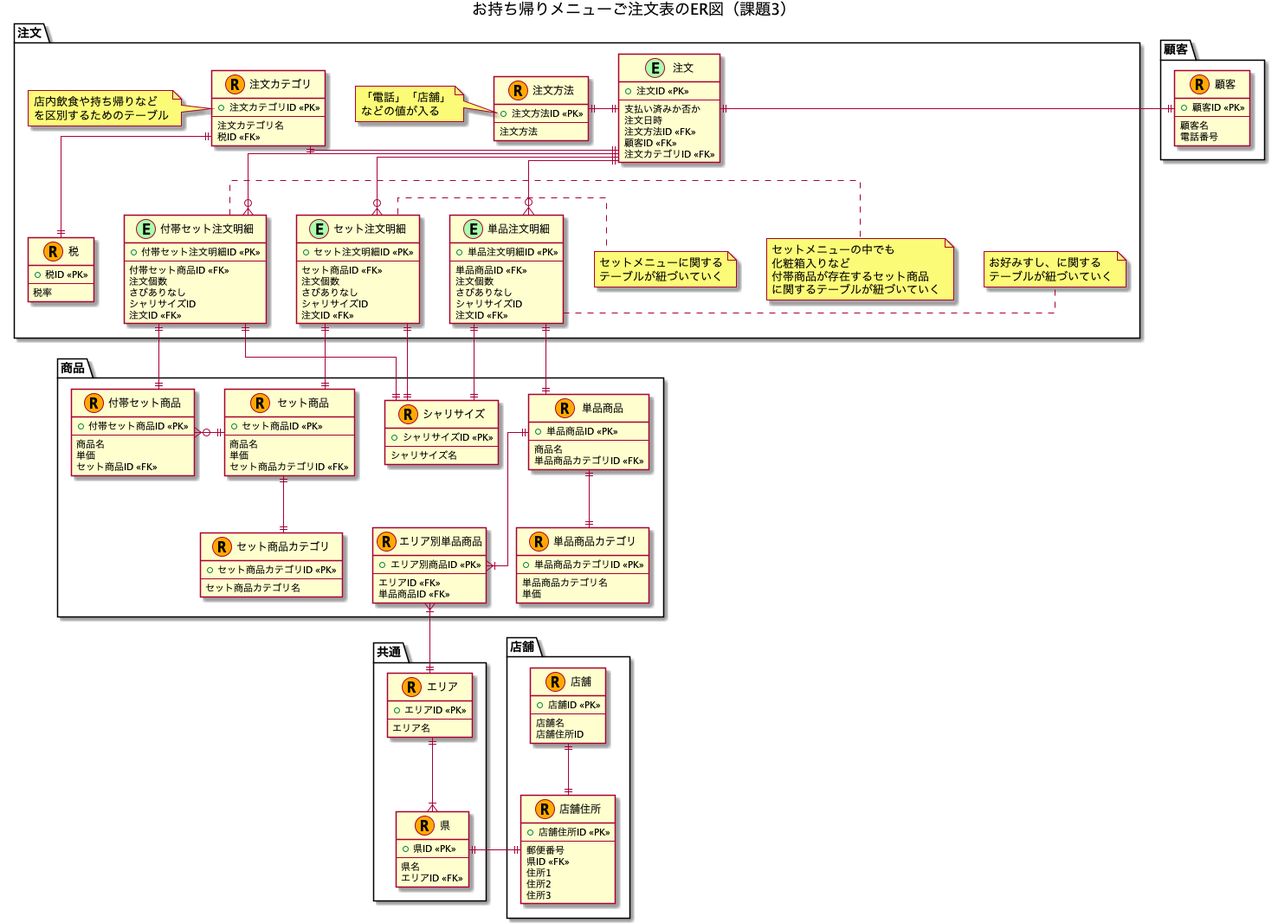
This is assets/お持ち帰りメニューご注文表のER図（課題3）.png from kamimi01/praha_challenge_tasks, a PlantUML export, as it was before one commit.
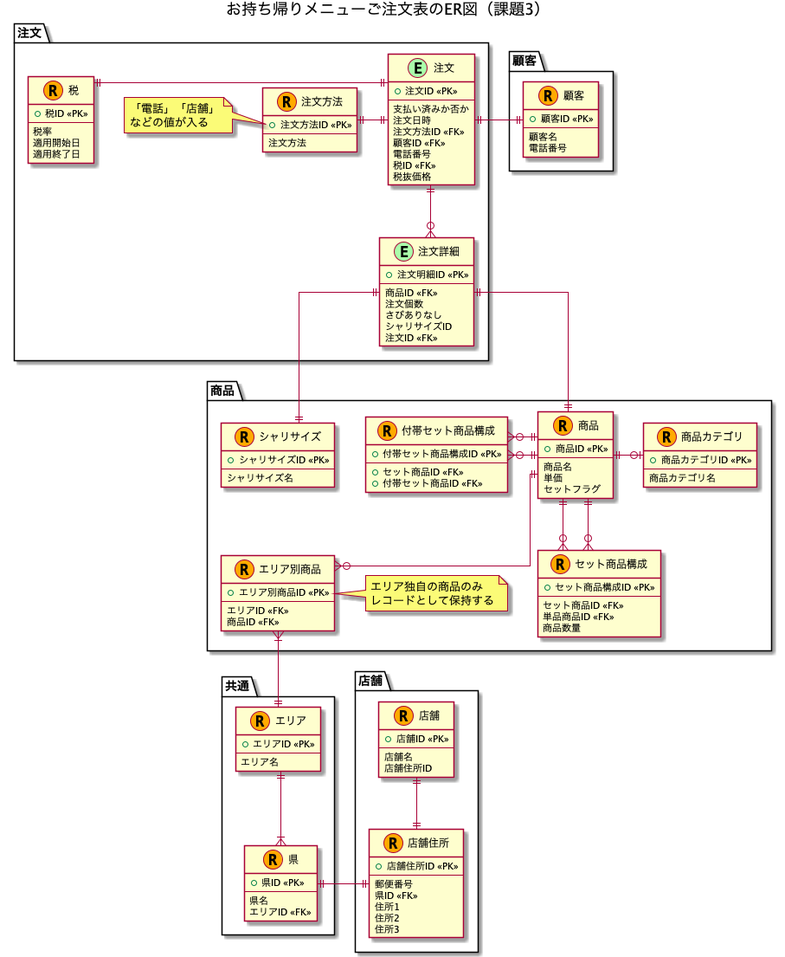
Above is the later version.

The edit, as a diff of the source:
```diff
@@ -16,55 +16,20 @@
     注文日時
     注文方法ID <<FK>>
     顧客ID <<FK>>
-    注文カテゴリID <<FK>>
+    電話番号
+    税ID <<FK>>
+    税抜価格
   }
 
-  entity "セット注文明細" as set_order_detail <<E, EVENT_MARK_COLOR>> {
-    + セット注文明細ID <<PK>>
+  entity "注文詳細" as orderDetail <<E, EVENT_MARK_COLOR>> {
+    + 注文明細ID <<PK>>
     ---
-    セット商品ID <<FK>>
+    商品ID <<FK>>
     注文個数
     さびありなし
     シャリサイズID
     注文ID <<FK>>
   }
-
-  note right of set_order_detail
-    セットメニューに関する
-    テーブルが紐づいていく
-  end note
-
-  entity "付帯セット注文明細" as set_accessorial_order_detail <<E, EVENT_MARK_COLOR>> {
-    + 付帯セット注文明細ID <<PK>>
-    ---
-    付帯セット商品ID <<FK>>
-    注文個数
-    さびありなし
-    シャリサイズID
-    注文ID <<FK>>
-  }
-
-  note right of set_accessorial_order_detail
-    セットメニューの中でも
-    化粧箱入りなど
-    付帯商品が存在するセット商品
-    に関するテーブルが紐づいていく
-  end note
-
-  entity "単品注文明細" as order_detail <<E, EVENT_MARK_COLOR>> {
-    + 単品注文明細ID <<PK>>
-    ---
-    単品商品ID <<FK>>
-    注文個数
-    さびありなし
-    シャリサイズID
-    注文ID <<FK>>
-  }
-
-  note right of order_detail
-    お好みすし、に関する
-    テーブルが紐づいていく
-  end note
 
   entity "注文方法" as order_method <<R, RESOURCE_MARK_COLOR>> {
     + 注文方法ID <<PK>>
@@ -77,60 +42,43 @@
     などの値が入る
   end note
 
-  entity "注文カテゴリ" as order_category <<R, RESOURCE_MARK_COLOR>> {
-    + 注文カテゴリID <<PK>>
-    ---
-    注文カテゴリ名
-    税ID <<FK>>
-  }
-
-  note left of order_category
-    店内飲食や持ち帰りなど
-    を区別するためのテーブル
-  end note
-
   entity "税" as tax <<R, RESOURCE_MARK_COLOR>> {
     + 税ID <<PK>>
     ---
     税率
+    適用開始日
+    適用終了日
   }
 }
 
 package "商品" as productpkg {
-  entity "単品商品" as product <<R, RESOURCE_MARK_COLOR>> {
-    + 単品商品ID <<PK>>
-    ---
-    商品名
-    単品商品カテゴリID <<FK>>
-  }
-
-  entity "セット商品" as set_product <<R, RESOURCE_MARK_COLOR>> {
-    + セット商品ID <<PK>>
+  entity "商品" as productwithset <<R, RESOURCE_MARK_COLOR>> {
+    + 商品ID <<PK>>
     ---
     商品名
     単価
-    セット商品カテゴリID <<FK>>
+    セットフラグ
   }
 
-  entity "付帯セット商品" as accessorial_set_product <<R, RESOURCE_MARK_COLOR>> {
-    + 付帯セット商品ID <<PK>>
+  entity "セット商品構成" as setProduct <<R, RESOURCE_MARK_COLOR>> {
+    + セット商品構成ID <<PK>>
     ---
-    商品名
-    単価
     セット商品ID <<FK>>
+    単品商品ID <<FK>>
+    商品数量
   }
 
-  entity "セット商品カテゴリ" as set_product_class <<R, RESOURCE_MARK_COLOR>> {
-    + セット商品カテゴリID <<PK>>
+  entity "付帯セット商品構成" as accessorial_set_product_structure <<R, RESOURCE_MARK_COLOR>> {
+    + 付帯セット商品構成ID <<PK>>
     ---
-    セット商品カテゴリ名
+    + セット商品ID <<FK>>
+    + 付帯セット商品ID <<FK>>
   }
 
-  entity "単品商品カテゴリ" as product_class <<R, RESOURCE_MARK_COLOR>> {
-    + 単品商品カテゴリID <<PK>>
+  entity "商品カテゴリ" as product_class <<R, RESOURCE_MARK_COLOR>> {
+    + 商品カテゴリID <<PK>>
     ---
-    単品商品カテゴリ名
-    単価
+    商品カテゴリ名
   }
 
   entity "シャリサイズ" as sharisize <<R, RESOURCE_MARK_COLOR>> {
@@ -139,12 +87,17 @@
     シャリサイズ名
   }
 
-  entity "エリア別単品商品" as area_product <<R, RESOURCE_MARK_COLOR>> {
+  entity "エリア別商品" as area_product <<R, RESOURCE_MARK_COLOR>> {
     + エリア別商品ID <<PK>>
     ---
     エリアID <<FK>>
-    単品商品ID <<FK>>
+    商品ID <<FK>>
   }
+
+  note right
+    エリア独自の商品のみ
+    レコードとして保持する
+  end note
 }
 
 package "顧客" as customerpkg {
@@ -191,25 +144,20 @@
 }
 
 order ||-l-|| order_method
-order ||-d-o{ order_detail
-order ||-d-o{ set_order_detail
-order ||-d-o{ set_accessorial_order_detail
-order ||-l-|| order_category
-set_order_detail ||-d-|| set_product
-set_order_detail ||--|| sharisize
-order_detail ||--|| product
-order_detail ||--|| sharisize
-set_accessorial_order_detail ||--|| accessorial_set_product
-set_accessorial_order_detail ||--|| sharisize
-set_product ||-d-|| set_product_class
-set_product ||-r-o{ accessorial_set_product
-product ||--|| product_class
+order ||-d-o{ orderDetail
+orderDetail ||--|| sharisize
+orderDetail ||--|| productwithset
+productwithset ||--o{ setProduct
+productwithset ||--o{ setProduct
+productwithset ||-r-o| product_class
+productwithset ||-l-o{ accessorial_set_product_structure
+productwithset ||-l-o{ accessorial_set_product_structure
+productwithset ||--o{ area_product
 order ||-l-|| customer
-order_category ||--|| tax
+order ||-l-|| tax
 shop ||--|| shop_address
 shop_address ||-r-|| prefecture
 area ||--|{ prefecture
-product ||--|{ area_product
 area_product }|--|| area
 
 @enduml
```
